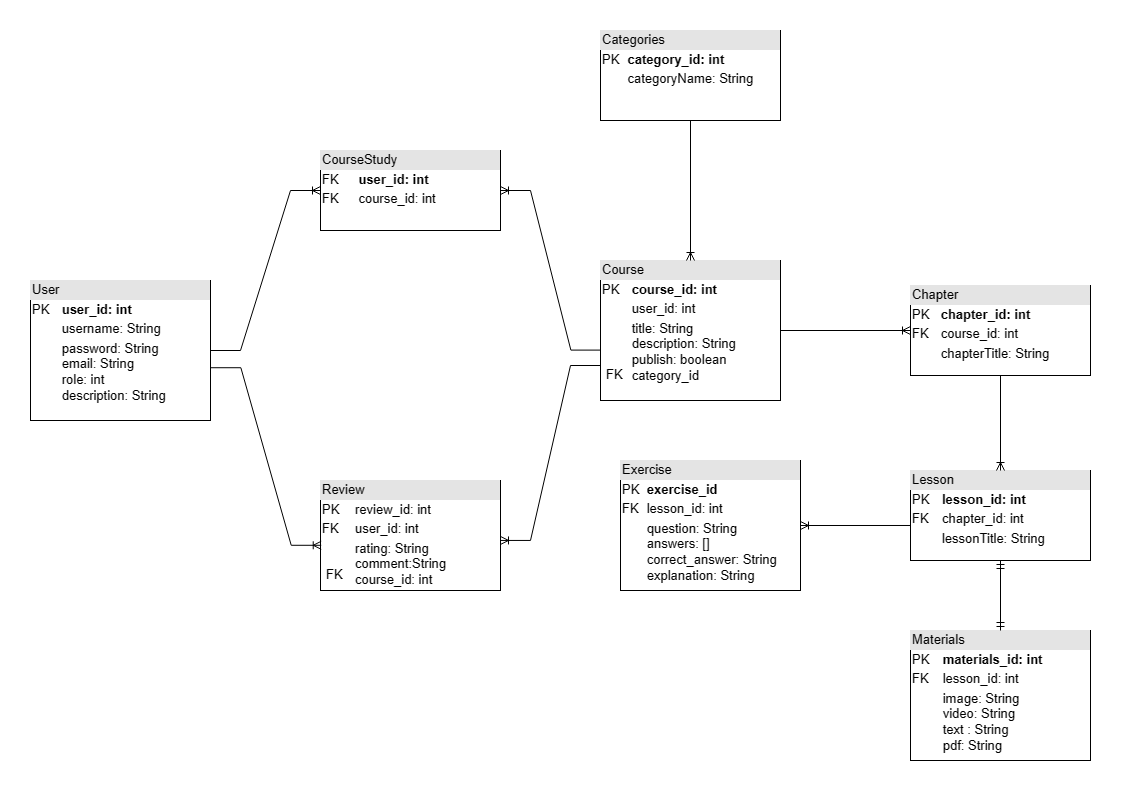
Earlier version of the draw.io export DATN/database.drawio.png (Duong1311/WEB_HOC_TAP). Source tidied: cells renumbered, new cells last; positions are measured from the earlier drawing's top-left corner, leaving out a move shared by most shapes.
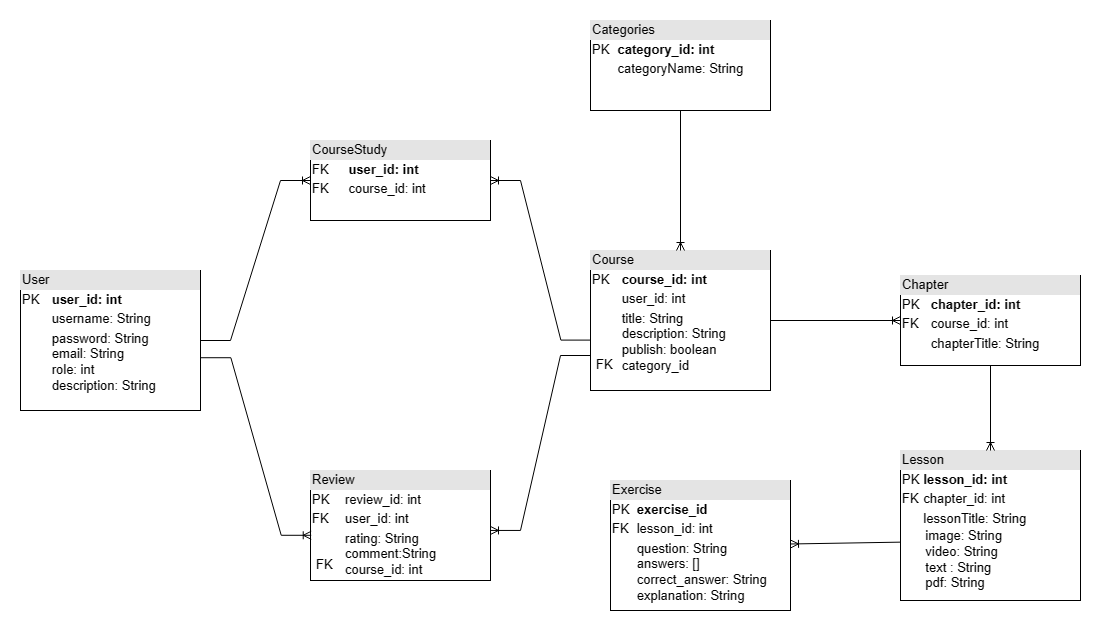
The same file after the commit.

Change to the diagram source:
```diff
@@ -20,15 +20,12 @@
     <mxCell id="7" value="&lt;div style=&quot;box-sizing:border-box;width:100%;background:#e4e4e4;padding:2px;&quot;&gt;Chapter&lt;/div&gt;&lt;table style=&quot;width:100%;font-size:1em;&quot; cellpadding=&quot;2&quot; cellspacing=&quot;0&quot;&gt;&lt;tbody&gt;&lt;tr&gt;&lt;td&gt;PK&lt;/td&gt;&lt;td&gt;&lt;span style=&quot;font-size: 12px;&quot;&gt;&lt;b&gt;chapter_id: int&lt;/b&gt;&lt;/span&gt;&lt;/td&gt;&lt;/tr&gt;&lt;tr&gt;&lt;td&gt;FK&lt;/td&gt;&lt;td&gt;course_id: int&lt;/td&gt;&lt;/tr&gt;&lt;tr&gt;&lt;td&gt;&lt;/td&gt;&lt;td&gt;chapterTitle: String&lt;br&gt;&lt;br&gt;&lt;/td&gt;&lt;/tr&gt;&lt;/tbody&gt;&lt;/table&gt;" style="verticalAlign=top;align=left;overflow=fill;html=1;whiteSpace=wrap;" parent="1" vertex="1">
       <mxGeometry x="880" y="255" width="180" height="90" as="geometry" />
     </mxCell>
-    <mxCell id="8" value="&lt;div style=&quot;box-sizing:border-box;width:100%;background:#e4e4e4;padding:2px;&quot;&gt;Lesson&lt;/div&gt;&lt;table style=&quot;width:100%;font-size:1em;&quot; cellpadding=&quot;2&quot; cellspacing=&quot;0&quot;&gt;&lt;tbody&gt;&lt;tr&gt;&lt;td&gt;PK&lt;/td&gt;&lt;td&gt;&lt;b&gt;lesson_id: int&lt;/b&gt;&lt;/td&gt;&lt;/tr&gt;&lt;tr&gt;&lt;td&gt;FK&lt;/td&gt;&lt;td&gt;chapter_id: int&lt;/td&gt;&lt;/tr&gt;&lt;tr&gt;&lt;td&gt;&lt;/td&gt;&lt;td&gt;lessonTitle: String&lt;/td&gt;&lt;/tr&gt;&lt;/tbody&gt;&lt;/table&gt;" style="verticalAlign=top;align=left;overflow=fill;html=1;whiteSpace=wrap;" parent="1" vertex="1">
-      <mxGeometry x="880" y="440" width="180" height="90" as="geometry" />
+    <mxCell id="8" value="&lt;div style=&quot;box-sizing:border-box;width:100%;background:#e4e4e4;padding:2px;&quot;&gt;Lesson&lt;/div&gt;&lt;table style=&quot;width:100%;font-size:1em;&quot; cellpadding=&quot;2&quot; cellspacing=&quot;0&quot;&gt;&lt;tbody&gt;&lt;tr&gt;&lt;td&gt;PK&lt;/td&gt;&lt;td&gt;&lt;b&gt;lesson_id: int&lt;/b&gt;&lt;/td&gt;&lt;/tr&gt;&lt;tr&gt;&lt;td&gt;FK&lt;/td&gt;&lt;td&gt;chapter_id: int&lt;/td&gt;&lt;/tr&gt;&lt;tr&gt;&lt;td&gt;&lt;/td&gt;&lt;td&gt;lessonTitle: String&lt;br&gt;&lt;table style=&quot;font-size: 1em; width: 180px;&quot; cellpadding=&quot;2&quot; cellspacing=&quot;0&quot;&gt;&lt;tbody&gt;&lt;tr&gt;&lt;td&gt;image: String&lt;br&gt;video: String&lt;br&gt;text : String&lt;br&gt;pdf: String&lt;/td&gt;&lt;/tr&gt;&lt;/tbody&gt;&lt;/table&gt;&lt;/td&gt;&lt;/tr&gt;&lt;/tbody&gt;&lt;/table&gt;" style="verticalAlign=top;align=left;overflow=fill;html=1;whiteSpace=wrap;" parent="1" vertex="1">
+      <mxGeometry x="880" y="430" width="180" height="150" as="geometry" />
     </mxCell>
     <mxCell id="9" value="&lt;div style=&quot;box-sizing:border-box;width:100%;background:#e4e4e4;padding:2px;&quot;&gt;Exercise&lt;/div&gt;&lt;table style=&quot;width:100%;font-size:1em;&quot; cellpadding=&quot;2&quot; cellspacing=&quot;0&quot;&gt;&lt;tbody&gt;&lt;tr&gt;&lt;td&gt;PK&lt;/td&gt;&lt;td&gt;&lt;b&gt;exercise_id&lt;/b&gt;&lt;/td&gt;&lt;/tr&gt;&lt;tr&gt;&lt;td&gt;FK&lt;/td&gt;&lt;td&gt;lesson_id: int&lt;/td&gt;&lt;/tr&gt;&lt;tr&gt;&lt;td&gt;&lt;/td&gt;&lt;td&gt;question: String&lt;br&gt;answers: []&lt;br&gt;&lt;span style=&quot;font-size: 12px;&quot;&gt;correct_answer: String&lt;br&gt;explanation: String&lt;/span&gt;&lt;br&gt;&lt;/td&gt;&lt;/tr&gt;&lt;/tbody&gt;&lt;/table&gt;" style="verticalAlign=top;align=left;overflow=fill;html=1;whiteSpace=wrap;" parent="1" vertex="1">
-      <mxGeometry x="590" y="430" width="180" height="130" as="geometry" />
+      <mxGeometry x="590" y="460" width="180" height="130" as="geometry" />
     </mxCell>
-    <mxCell id="10" value="&lt;div style=&quot;box-sizing:border-box;width:100%;background:#e4e4e4;padding:2px;&quot;&gt;Materials&lt;/div&gt;&lt;table style=&quot;width:100%;font-size:1em;&quot; cellpadding=&quot;2&quot; cellspacing=&quot;0&quot;&gt;&lt;tbody&gt;&lt;tr&gt;&lt;td&gt;PK&lt;/td&gt;&lt;td&gt;&lt;span style=&quot;font-size: 12px;&quot;&gt;&lt;b&gt;materials_id: int&lt;/b&gt;&lt;/span&gt;&lt;/td&gt;&lt;/tr&gt;&lt;tr&gt;&lt;td&gt;FK&lt;/td&gt;&lt;td&gt;lesson_id: int&lt;/td&gt;&lt;/tr&gt;&lt;tr&gt;&lt;td&gt;&lt;/td&gt;&lt;td&gt;image: String&lt;br&gt;video: String&lt;br&gt;text : String&lt;br&gt;pdf: String&lt;br&gt;&lt;br&gt;&lt;br&gt;&lt;/td&gt;&lt;/tr&gt;&lt;/tbody&gt;&lt;/table&gt;" style="verticalAlign=top;align=left;overflow=fill;html=1;whiteSpace=wrap;" parent="1" vertex="1">
-      <mxGeometry x="880" y="600" width="180" height="130" as="geometry" />
-    </mxCell>
     <mxCell id="11" style="edgeStyle=entityRelationEdgeStyle;fontSize=12;html=1;endArrow=ERoneToMany;rounded=0;entryX=0;entryY=0.5;entryDx=0;entryDy=0;" parent="1" edge="1" source="2" target="3">
       <mxGeometry relative="1" as="geometry" />
     </mxCell>
@@ -41,9 +38,6 @@
     <mxCell id="14" style="edgeStyle=entityRelationEdgeStyle;fontSize=12;html=1;endArrow=ERoneToMany;rounded=0;entryX=1;entryY=0.545;entryDx=0;entryDy=0;entryPerimeter=0;exitX=0;exitY=0.75;exitDx=0;exitDy=0;" parent="1" edge="1" source="4" target="5">
       <mxGeometry relative="1" as="geometry" />
     </mxCell>
-    <mxCell id="15" style="fontSize=12;html=1;endArrow=ERmandOne;startArrow=ERmandOne;rounded=0;exitX=0.5;exitY=0;exitDx=0;exitDy=0;entryX=0.5;entryY=1;entryDx=0;entryDy=0;" parent="1" edge="1" source="10" target="8">
-      <mxGeometry relative="1" as="geometry" />
-    </mxCell>
     <mxCell id="16" style="fontSize=12;html=1;endArrow=ERoneToMany;rounded=0;exitX=0;exitY=0.611;exitDx=0;exitDy=0;exitPerimeter=0;" parent="1" edge="1" source="8" target="9">
       <mxGeometry relative="1" as="geometry" />
     </mxCell>
```
